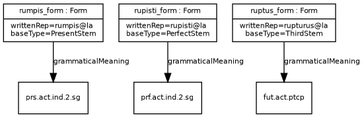
ontolex/morph keeps this Graphviz diagram as examples/example_15.png. Above is the earlier version. Its source is kept beside it as examples/example_15.dot.
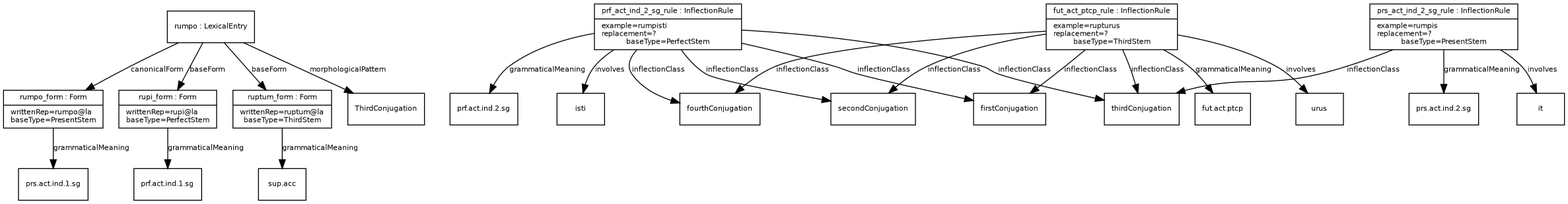
The same diagram one commit later.

The edit, as a diff of the source:
```diff
@@ -13,13 +13,47 @@
       fontsize = 8
     ]
 
+prsactind1sg [ label="{prs.act.ind.1.sg}" ]
+rumpo_form -> prsactind1sg [ label="grammaticalMeaning" ]
+rumpo_form [ label="{rumpo_form : Form|writtenRep=rumpo@la\lbaseType=PresentStem}" ]
+rumpo -> rumpo_form [ label="canonicalForm" ]
+prfactind1sg [ label="{prf.act.ind.1.sg}" ]
+rupi_form -> prfactind1sg [ label="grammaticalMeaning" ]
+rupi_form [ label="{rupi_form : Form|writtenRep=rupi@la\lbaseType=PerfectStem}" ]
+rumpo -> rupi_form [ label="baseForm" ]
+supacc [ label="{sup.acc}" ]
+ruptum_form -> supacc [ label="grammaticalMeaning" ]
+ruptum_form [ label="{ruptum_form : Form|writtenRep=ruptum@la\lbaseType=ThirdStem}" ]
+rumpo -> ruptum_form [ label="baseForm" ]
+ThirdConjugation [ label="{ThirdConjugation}" ]
+rumpo -> ThirdConjugation [ label="morphologicalPattern" ]
+rumpo [ label="{rumpo : LexicalEntry}" ]
+firstConjugation [ label="{firstConjugation}" ]
+prf_act_ind_2_sg_rule -> firstConjugation [ label="inflectionClass" ]
+secondConjugation [ label="{secondConjugation}" ]
+prf_act_ind_2_sg_rule -> secondConjugation [ label="inflectionClass" ]
+thirdConjugation [ label="{thirdConjugation}" ]
+prf_act_ind_2_sg_rule -> thirdConjugation [ label="inflectionClass" ]
+fourthConjugation [ label="{fourthConjugation}" ]
+prf_act_ind_2_sg_rule -> fourthConjugation [ label="inflectionClass" ]
+prfactind2sg [ label="{prf.act.ind.2.sg}" ]
+prf_act_ind_2_sg_rule -> prfactind2sg [ label="grammaticalMeaning" ]
+isti [ label="{isti}" ]
+prf_act_ind_2_sg_rule -> isti [ label="involves" ]
+prf_act_ind_2_sg_rule [ label="{prf_act_ind_2_sg_rule : InflectionRule|example=rumpisti\lreplacement=?\lbaseType=PerfectStem}" ]
+prs_act_ind_2_sg_rule -> thirdConjugation [ label="inflectionClass" ]
 prsactind2sg [ label="{prs.act.ind.2.sg}" ]
-rumpis_form -> prsactind2sg [ label="grammaticalMeaning" ]
-rumpis_form [ label="{rumpis_form : Form|writtenRep=rumpis@la\lbaseType=PresentStem}" ]
-prfactind2sg [ label="{prf.act.ind.2.sg}" ]
-rupisti_form -> prfactind2sg [ label="grammaticalMeaning" ]
-rupisti_form [ label="{rupisti_form : Form|writtenRep=rupisti@la\lbaseType=PerfectStem}" ]
+prs_act_ind_2_sg_rule -> prsactind2sg [ label="grammaticalMeaning" ]
+it [ label="{it}" ]
+prs_act_ind_2_sg_rule -> it [ label="involves" ]
+prs_act_ind_2_sg_rule [ label="{prs_act_ind_2_sg_rule : InflectionRule|example=rumpis\lreplacement=?\lbaseType=PresentStem}" ]
+fut_act_ptcp_rule -> firstConjugation [ label="inflectionClass" ]
+fut_act_ptcp_rule -> secondConjugation [ label="inflectionClass" ]
+fut_act_ptcp_rule -> thirdConjugation [ label="inflectionClass" ]
+fut_act_ptcp_rule -> fourthConjugation [ label="inflectionClass" ]
 futactptcp [ label="{fut.act.ptcp}" ]
-ruptus_form -> futactptcp [ label="grammaticalMeaning" ]
-ruptus_form [ label="{ruptus_form : Form|writtenRep=rupturus@la\lbaseType=ThirdStem}" ]
+fut_act_ptcp_rule -> futactptcp [ label="grammaticalMeaning" ]
+urus [ label="{urus}" ]
+fut_act_ptcp_rule -> urus [ label="involves" ]
+fut_act_ptcp_rule [ label="{fut_act_ptcp_rule : InflectionRule|example=rupturus\lreplacement=?\lbaseType=ThirdStem}" ]
 }
```
